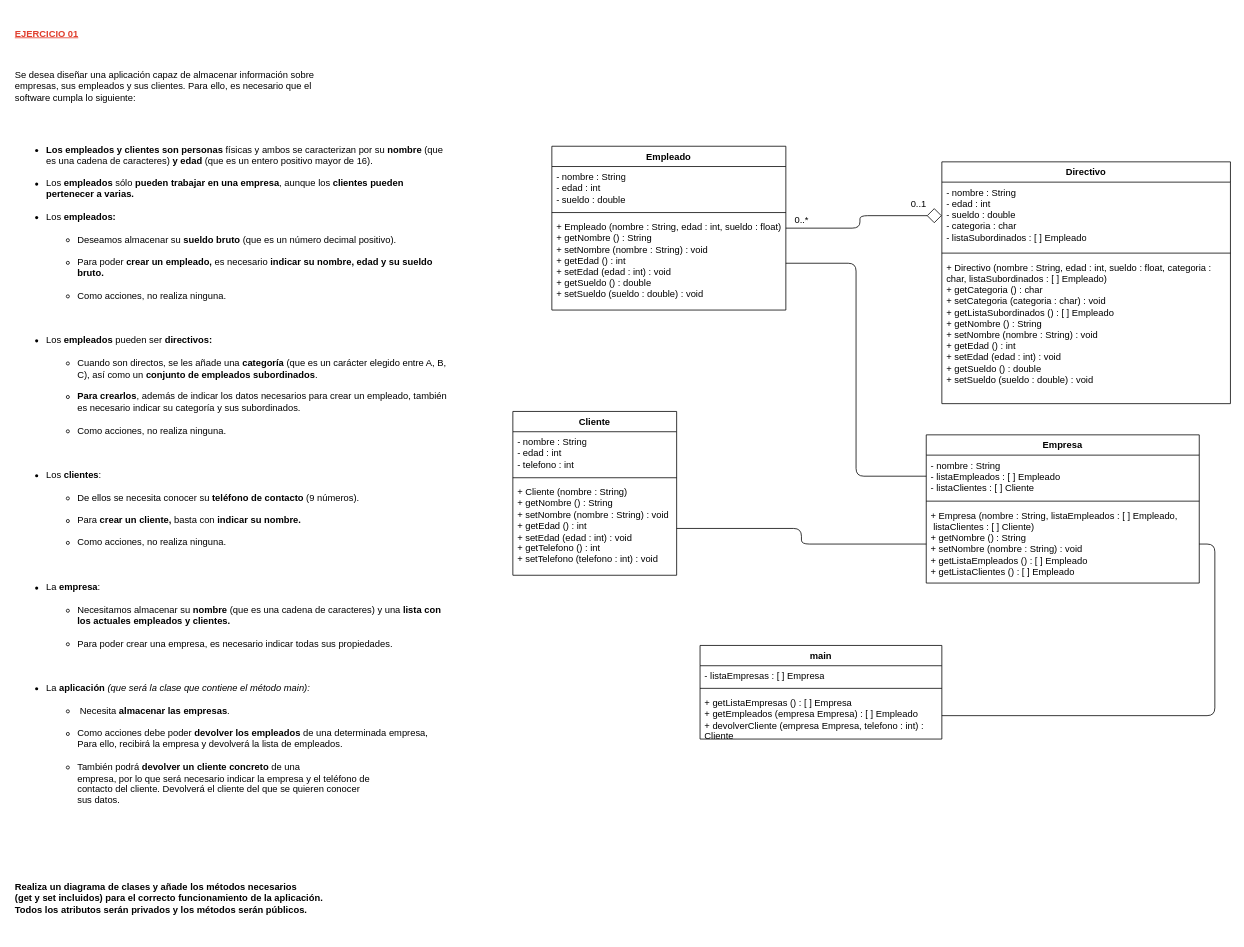
Earlier version of the draw.io diagram page "Page-1" (1 of 4) of Entornos/Diagramas de clase.drawio (fersanzenrique-cell/learningCode). Source tidied: cells renumbered, new cells numbered last; positions are measured from the earlier drawing's top-left corner, leaving out a move shared by most shapes. Both pictures are drawn from the tidied source at 78%, with x=0, y=0 at pixel (13, 13).
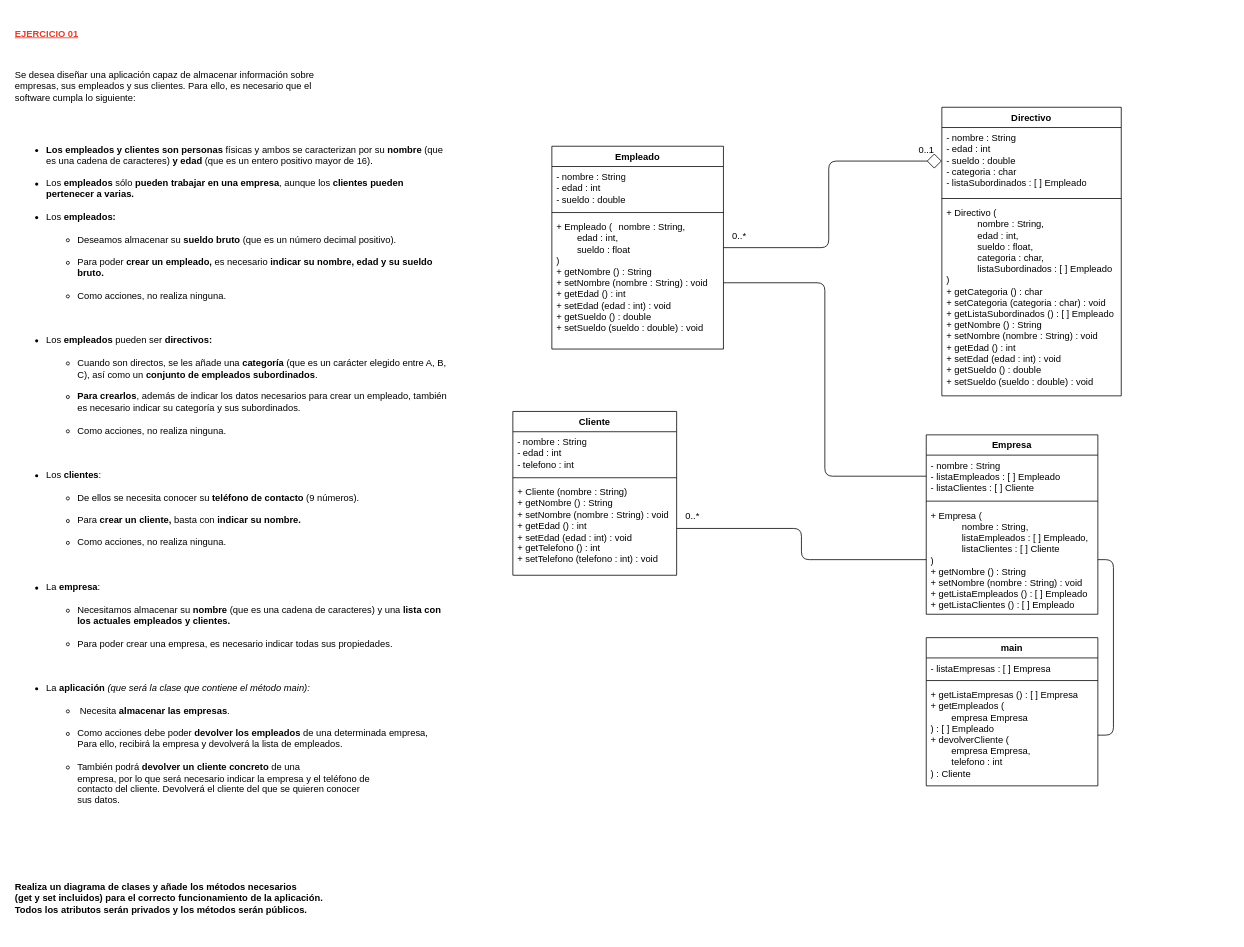
After the change.

The edit, as a diff of the source:
```diff
@@
     <mxCell id="4" value="Empleado" style="swimlane;fontStyle=1;align=center;verticalAlign=top;horizontal=1;startSize=26;whiteSpace=wrap;html=1;" parent="1" vertex="1">
-      <mxGeometry x="690" y="170" width="300" height="210" as="geometry" />
+      <mxGeometry x="690" y="170" width="220" height="260" as="geometry" />
     </mxCell>
     <mxCell id="5" value="- nombre : String&lt;br&gt;- edad : int&lt;br&gt;- sueldo : double" style="text;strokeColor=none;fillColor=none;align=left;verticalAlign=top;spacingLeft=4;spacingRight=4;overflow=hidden;whiteSpace=wrap;html=1;" parent="4" vertex="1">
-      <mxGeometry y="26" width="300" height="54" as="geometry" />
+      <mxGeometry y="26" width="220" height="54" as="geometry" />
     </mxCell>
     <mxCell id="6" style="line;strokeWidth=1;fillColor=none;align=left;verticalAlign=middle;spacingTop=-1;spacingLeft=3;spacingRight=3;labelPosition=right;strokeColor=inherit;" parent="4" vertex="1">
-      <mxGeometry y="80" width="300" height="10" as="geometry" />
+      <mxGeometry y="80" width="220" height="10" as="geometry" />
     </mxCell>
-    <mxCell id="7" value="+ Empleado (nombre : String, edad : int, sueldo : float)&lt;br&gt;+ getNombre () : String&lt;br&gt;+ setNombre (nombre : String) : void&lt;br&gt;+ getEdad () : int&lt;br&gt;+ setEdad (edad : int) : void&lt;br&gt;+ getSueldo () : double&lt;br&gt;+ setSueldo (sueldo : double) : void" style="text;strokeColor=none;fillColor=none;align=left;verticalAlign=top;spacingLeft=4;spacingRight=4;overflow=hidden;points=[[0,0.5],[1,0.5]];portConstraint=eastwest;whiteSpace=wrap;html=1;" parent="4" vertex="1">
-      <mxGeometry y="90" width="300" height="120" as="geometry" />
+    <mxCell id="7" value="+ Empleado (&lt;span style=&quot;white-space: pre;&quot;&gt;&#9;&lt;/span&gt;nombre : String,&lt;br&gt;&lt;span style=&quot;white-space: pre;&quot;&gt;&#9;&lt;/span&gt;edad : int,&lt;br&gt;&lt;span style=&quot;white-space: pre;&quot;&gt;&#9;&lt;/span&gt;sueldo : float&lt;br&gt;)&lt;br&gt;+ getNombre () : String&lt;br&gt;+ setNombre (nombre : String) : void&lt;br&gt;+ getEdad () : int&lt;br&gt;+ setEdad (edad : int) : void&lt;br&gt;+ getSueldo () : double&lt;br&gt;+ setSueldo (sueldo : double) : void" style="text;strokeColor=none;fillColor=none;align=left;verticalAlign=top;spacingLeft=4;spacingRight=4;overflow=hidden;points=[[0,0.5],[1,0.5]];portConstraint=eastwest;whiteSpace=wrap;html=1;" parent="4" vertex="1">
+      <mxGeometry y="90" width="220" height="170" as="geometry" />
     </mxCell>
     <mxCell id="8" value="Directivo" style="swimlane;fontStyle=1;align=center;verticalAlign=top;horizontal=1;startSize=26;whiteSpace=wrap;html=1;" parent="1" vertex="1">
-      <mxGeometry x="1190" y="190" width="370" height="310" as="geometry" />
+      <mxGeometry x="1190" y="120" width="230" height="370" as="geometry" />
     </mxCell>
     <mxCell id="9" value="- nombre : String&lt;br style=&quot;border-color: var(--border-color);&quot;&gt;- edad : int&lt;br style=&quot;border-color: var(--border-color);&quot;&gt;- sueldo : double&lt;br&gt;- categoria : char&lt;br&gt;- listaSubordinados : [ ] Empleado" style="text;strokeColor=none;fillColor=none;align=left;verticalAlign=top;spacingLeft=4;spacingRight=4;overflow=hidden;points=[[0,0.5],[1,0.5]];portConstraint=eastwest;whiteSpace=wrap;html=1;" parent="8" vertex="1">
-      <mxGeometry y="26" width="370" height="86" as="geometry" />
+      <mxGeometry y="26" width="230" height="86" as="geometry" />
     </mxCell>
     <mxCell id="10" style="line;strokeWidth=1;fillColor=none;align=left;verticalAlign=middle;spacingTop=-1;spacingLeft=3;spacingRight=3;labelPosition=right;strokeColor=inherit;" parent="8" vertex="1">
-      <mxGeometry y="112" width="370" height="10" as="geometry" />
+      <mxGeometry y="112" width="230" height="10" as="geometry" />
     </mxCell>
-    <mxCell id="11" value="+ Directivo (nombre : String, edad : int, sueldo : float, categoria : char, listaSubordinados : [ ] Empleado)&lt;br&gt;+ getCategoria () : char&lt;br&gt;+ setCategoria (categoria : char) : void&lt;br&gt;+ getListaSubordinados () : [ ] Empleado&lt;br&gt;+ getNombre () : String&lt;br style=&quot;border-color: var(--border-color);&quot;&gt;+ setNombre (nombre : String) : void&lt;br style=&quot;border-color: var(--border-color);&quot;&gt;+ getEdad () : int&lt;br style=&quot;border-color: var(--border-color);&quot;&gt;+ setEdad (edad : int) : void&lt;br style=&quot;border-color: var(--border-color);&quot;&gt;+ getSueldo () : double&lt;br style=&quot;border-color: var(--border-color);&quot;&gt;+ setSueldo (sueldo : double) : void" style="text;strokeColor=none;fillColor=none;align=left;verticalAlign=top;spacingLeft=4;spacingRight=4;overflow=hidden;whiteSpace=wrap;html=1;" parent="8" vertex="1">
-      <mxGeometry y="122" width="370" height="188" as="geometry" />
+    <mxCell id="11" value="+ Directivo (&lt;br&gt;&lt;blockquote style=&quot;margin: 0 0 0 40px; border: none; padding: 0px;&quot;&gt;nombre : String,&lt;br&gt;edad : int,&lt;br&gt;sueldo : float,&lt;br&gt;categoria : char,&lt;br&gt;listaSubordinados : [ ] Empleado&lt;/blockquote&gt;)&lt;br&gt;+ getCategoria () : char&lt;br&gt;+ setCategoria (categoria : char) : void&lt;br&gt;+ getListaSubordinados () : [ ] Empleado&lt;br&gt;+ getNombre () : String&lt;br style=&quot;border-color: var(--border-color);&quot;&gt;+ setNombre (nombre : String) : void&lt;br style=&quot;border-color: var(--border-color);&quot;&gt;+ getEdad () : int&lt;br style=&quot;border-color: var(--border-color);&quot;&gt;+ setEdad (edad : int) : void&lt;br style=&quot;border-color: var(--border-color);&quot;&gt;+ getSueldo () : double&lt;br style=&quot;border-color: var(--border-color);&quot;&gt;+ setSueldo (sueldo : double) : void" style="text;strokeColor=none;fillColor=none;align=left;verticalAlign=top;spacingLeft=4;spacingRight=4;overflow=hidden;whiteSpace=wrap;html=1;" parent="8" vertex="1">
+      <mxGeometry y="122" width="230" height="248" as="geometry" />
     </mxCell>
@@
     <mxCell id="16" value="Empresa" style="swimlane;fontStyle=1;align=center;verticalAlign=top;horizontal=1;startSize=26;whiteSpace=wrap;html=1;" parent="1" vertex="1">
-      <mxGeometry x="1170" y="540" width="350" height="190" as="geometry" />
+      <mxGeometry x="1170" y="540" width="220" height="230" as="geometry" />
     </mxCell>
     <mxCell id="17" value="- nombre : String&lt;br&gt;- listaEmpleados : [ ] Empleado&lt;br&gt;- listaClientes : [ ] Cliente" style="text;strokeColor=none;fillColor=none;align=left;verticalAlign=top;spacingLeft=4;spacingRight=4;overflow=hidden;points=[[0,0.5],[1,0.5]];portConstraint=eastwest;whiteSpace=wrap;html=1;" parent="16" vertex="1">
-      <mxGeometry y="26" width="350" height="54" as="geometry" />
+      <mxGeometry y="26" width="220" height="54" as="geometry" />
     </mxCell>
     <mxCell id="18" style="line;strokeWidth=1;fillColor=none;align=left;verticalAlign=middle;spacingTop=-1;spacingLeft=3;spacingRight=3;labelPosition=right;strokeColor=inherit;" parent="16" vertex="1">
-      <mxGeometry y="80" width="350" height="10" as="geometry" />
+      <mxGeometry y="80" width="220" height="10" as="geometry" />
     </mxCell>
-    <mxCell id="19" value="+ Empresa (nombre : String, listaEmpleados : [ ] Empleado,&lt;br style=&quot;border-color: var(--border-color);&quot;&gt;&amp;nbsp;listaClientes : [ ] Cliente)&lt;br&gt;+ getNombre () : String&lt;br style=&quot;border-color: var(--border-color);&quot;&gt;+ setNombre (nombre : String) : void&lt;br&gt;+ getListaEmpleados () : [ ] Empleado&lt;br&gt;+ getListaClientes () : [ ] Empleado" style="text;strokeColor=none;fillColor=none;align=left;verticalAlign=top;spacingLeft=4;spacingRight=4;overflow=hidden;points=[[0,0.5],[1,0.5]];portConstraint=eastwest;whiteSpace=wrap;html=1;" parent="16" vertex="1">
-      <mxGeometry y="90" width="350" height="100" as="geometry" />
+    <mxCell id="19" value="+ Empresa (&lt;br&gt;&lt;blockquote style=&quot;margin: 0 0 0 40px; border: none; padding: 0px;&quot;&gt;nombre : String,&lt;/blockquote&gt;&lt;blockquote style=&quot;margin: 0 0 0 40px; border: none; padding: 0px;&quot;&gt;listaEmpleados : [ ] Empleado,&lt;br&gt;listaClientes : [ ] Cliente&lt;/blockquote&gt;)&lt;br&gt;+ getNombre () : String&lt;br style=&quot;border-color: var(--border-color);&quot;&gt;+ setNombre (nombre : String) : void&lt;br&gt;+ getListaEmpleados () : [ ] Empleado&lt;br&gt;+ getListaClientes () : [ ] Empleado" style="text;strokeColor=none;fillColor=none;align=left;verticalAlign=top;spacingLeft=4;spacingRight=4;overflow=hidden;points=[[0,0.5],[1,0.5]];portConstraint=eastwest;whiteSpace=wrap;html=1;" parent="16" vertex="1">
+      <mxGeometry y="90" width="220" height="140" as="geometry" />
     </mxCell>
     <mxCell id="20" value="main" style="swimlane;fontStyle=1;align=center;verticalAlign=top;horizontal=1;startSize=26;whiteSpace=wrap;html=1;" parent="1" vertex="1">
-      <mxGeometry x="880" y="810" width="310" height="120" as="geometry" />
+      <mxGeometry x="1170" y="800" width="220" height="190" as="geometry" />
     </mxCell>
     <mxCell id="21" value="- listaEmpresas : [ ] Empresa&lt;br&gt;" style="text;strokeColor=none;fillColor=none;align=left;verticalAlign=top;spacingLeft=4;spacingRight=4;overflow=hidden;whiteSpace=wrap;html=1;" parent="20" vertex="1">
-      <mxGeometry y="26" width="310" height="24" as="geometry" />
+      <mxGeometry y="26" width="220" height="24" as="geometry" />
     </mxCell>
     <mxCell id="22" style="line;strokeWidth=1;fillColor=none;align=left;verticalAlign=middle;spacingTop=-1;spacingLeft=3;spacingRight=3;labelPosition=right;strokeColor=inherit;" parent="20" vertex="1">
-      <mxGeometry y="50" width="310" height="10" as="geometry" />
+      <mxGeometry y="50" width="220" height="10" as="geometry" />
     </mxCell>
-    <mxCell id="23" value="+ getListaEmpresas () : [ ] Empresa&lt;br&gt;+ getEmpleados (empresa Empresa) : [ ] Empleado&lt;br&gt;+ devolverCliente (empresa Empresa, telefono : int) : Cliente&amp;nbsp;" style="text;strokeColor=none;fillColor=none;align=left;verticalAlign=top;spacingLeft=4;spacingRight=4;overflow=hidden;points=[[0,0.5],[1,0.5]];portConstraint=eastwest;whiteSpace=wrap;html=1;" parent="20" vertex="1">
-      <mxGeometry y="60" width="310" height="60" as="geometry" />
+    <mxCell id="23" value="+ getListaEmpresas () : [ ] Empresa&lt;br&gt;+ getEmpleados (&lt;br&gt;&lt;span style=&quot;white-space: pre;&quot;&gt;&#9;&lt;/span&gt;empresa Empresa&lt;br&gt;) : [ ] Empleado&lt;br&gt;+ devolverCliente (&lt;br&gt;&lt;span style=&quot;white-space: pre;&quot;&gt;&#9;&lt;/span&gt;empresa Empresa,&lt;br&gt;&lt;span style=&quot;white-space: pre;&quot;&gt;&#9;&lt;/span&gt;telefono : int&lt;br&gt;) : Cliente&amp;nbsp;" style="text;strokeColor=none;fillColor=none;align=left;verticalAlign=top;spacingLeft=4;spacingRight=4;overflow=hidden;points=[[0,0.5],[1,0.5]];portConstraint=eastwest;whiteSpace=wrap;html=1;" parent="20" vertex="1">
+      <mxGeometry y="60" width="220" height="130" as="geometry" />
     </mxCell>
     <mxCell id="24" value="0..*" style="text;html=1;align=center;verticalAlign=middle;strokeColor=none;fillColor=none;" parent="1" vertex="1">
-      <mxGeometry x="990" y="250" width="40" height="30" as="geometry" />
+      <mxGeometry x="910" y="270" width="40" height="30" as="geometry" />
     </mxCell>
     <mxCell id="25" value="0..1" style="text;html=1;align=center;verticalAlign=middle;strokeColor=none;fillColor=none;" parent="1" vertex="1">
-      <mxGeometry x="1140" y="230" width="40" height="30" as="geometry" />
+      <mxGeometry x="1150" y="160" width="40" height="30" as="geometry" />
     </mxCell>
@@
+    <mxCell id="29" value="0..*" style="text;html=1;align=center;verticalAlign=middle;strokeColor=none;fillColor=none;" parent="1" vertex="1">
+      <mxGeometry x="850" y="630" width="40" height="30" as="geometry" />
+    </mxCell>
```
